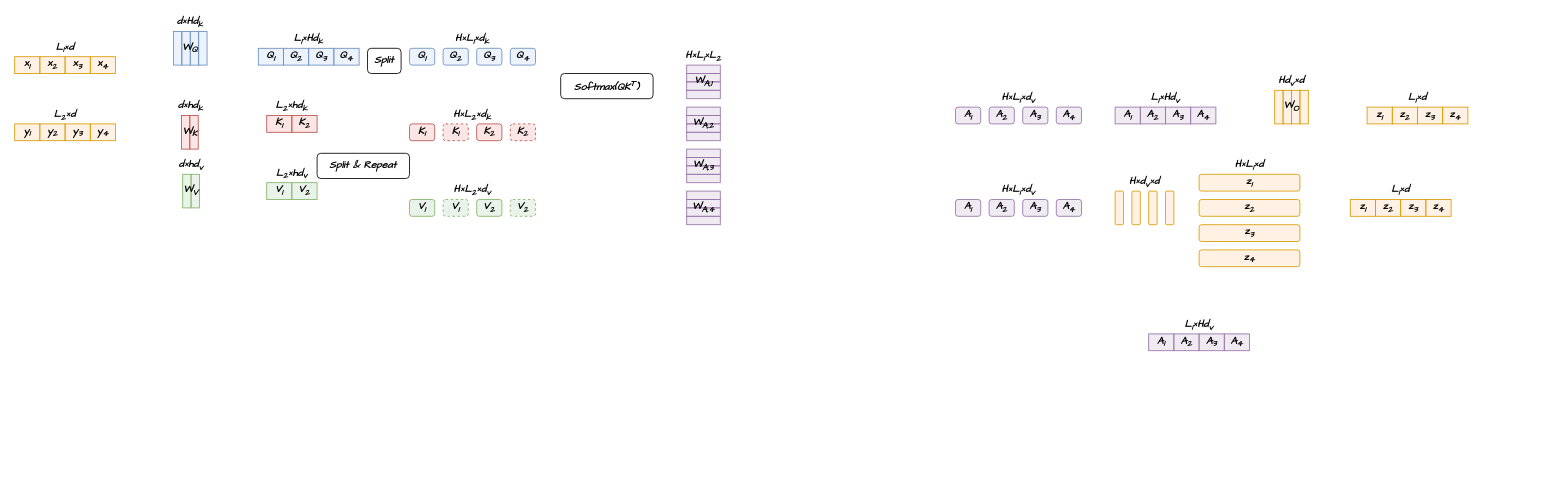
Earlier version of the draw.io diagram page "第 2 页" (2 of 2) of 未命名绘图2.drawio (ZhangzeqingCN/api-project). Source tidied: cells renumbered, new cells numbered last; positions are measured from the earlier drawing's top-left corner, leaving out a move shared by most shapes. Both pictures are drawn from the tidied source at 84%, with x=0, y=0 at pixel (14, 14).
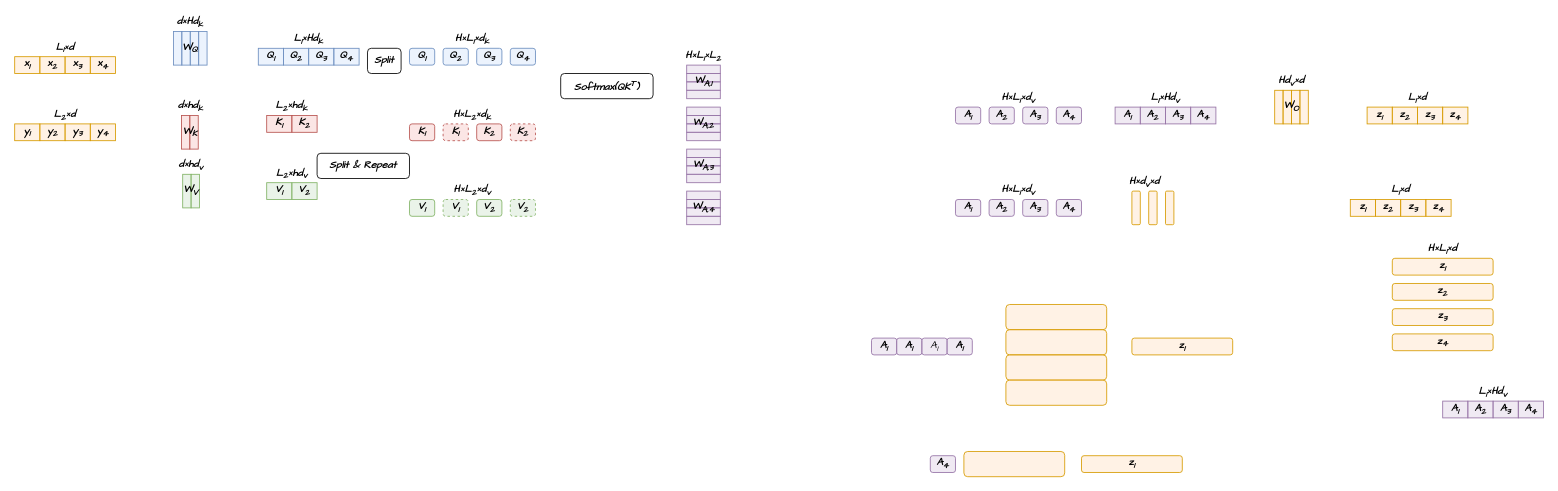
The same page after the edit.

Commit message (it also covers changes not shown here):
更新未命名绘图2.drawio

Change to the diagram source:
```diff
@@
     <mxCell id="116" style="group;" parent="1" vertex="1">
-      <mxGeometry x="1350" y="360" width="120" height="40" as="geometry" />
+      <mxGeometry x="1700" y="440" width="120" height="40" as="geometry" />
     </mxCell>
@@
     <mxCell id="123" style="rounded=1;whiteSpace=wrap;html=1;rotation=0;fillColor=#ffe6cc;strokeColor=#d79b00;fillOpacity=50;fontSize=6;fontFamily=Comic Sans MS;fontStyle=3;" parent="1" vertex="1">
-      <mxGeometry x="1310" y="210" width="10" height="40" as="geometry" />
+      <mxGeometry x="1130" y="520" width="120" height="30" as="geometry" />
     </mxCell>
@@
     <mxCell id="127" value="&lt;span&gt;&lt;span&gt;z&lt;sub&gt;1&lt;/sub&gt;&lt;/span&gt;&lt;/span&gt;" style="rounded=1;whiteSpace=wrap;html=1;rotation=0;fillColor=#ffe6cc;strokeColor=#d79b00;fillOpacity=50;fontFamily=Comic Sans MS;fontStyle=3;" parent="1" vertex="1">
-      <mxGeometry x="1410" y="190" width="120" height="20" as="geometry" />
+      <mxGeometry x="1640" y="290" width="120" height="20" as="geometry" />
     </mxCell>
     <mxCell id="128" value="&lt;span&gt;&lt;span&gt;z&lt;sub&gt;2&lt;/sub&gt;&lt;/span&gt;&lt;/span&gt;" style="rounded=1;whiteSpace=wrap;html=1;rotation=0;fillColor=#ffe6cc;strokeColor=#d79b00;fillOpacity=50;fontFamily=Comic Sans MS;fontStyle=3;" parent="1" vertex="1">
-      <mxGeometry x="1410" y="220" width="120" height="20" as="geometry" />
+      <mxGeometry x="1640" y="320" width="120" height="20" as="geometry" />
     </mxCell>
     <mxCell id="129" value="&lt;span&gt;&lt;span&gt;z&lt;sub&gt;3&lt;/sub&gt;&lt;/span&gt;&lt;/span&gt;" style="rounded=1;whiteSpace=wrap;html=1;rotation=0;fillColor=#ffe6cc;strokeColor=#d79b00;fillOpacity=50;fontFamily=Comic Sans MS;fontStyle=3;" parent="1" vertex="1">
-      <mxGeometry x="1410" y="250" width="120" height="20" as="geometry" />
+      <mxGeometry x="1640" y="350" width="120" height="20" as="geometry" />
     </mxCell>
     <mxCell id="130" value="&lt;span&gt;&lt;span&gt;z&lt;sub&gt;4&lt;/sub&gt;&lt;/span&gt;&lt;/span&gt;" style="rounded=1;whiteSpace=wrap;html=1;rotation=0;fillColor=#ffe6cc;strokeColor=#d79b00;fillOpacity=50;fontFamily=Comic Sans MS;fontStyle=3;" parent="1" vertex="1">
-      <mxGeometry x="1410" y="280" width="120" height="20" as="geometry" />
+      <mxGeometry x="1640" y="380" width="120" height="20" as="geometry" />
     </mxCell>
     <mxCell id="131" value="&lt;font&gt;H×L&lt;sub&gt;1&lt;/sub&gt;×&lt;span&gt;&lt;span&gt;d&lt;/span&gt;&lt;/span&gt;&lt;/font&gt;" style="text;html=1;align=center;verticalAlign=middle;whiteSpace=wrap;rounded=0;fontFamily=Comic Sans MS;fontStyle=3;" parent="1" vertex="1">
-      <mxGeometry x="1410" y="170" width="120" height="20" as="geometry" />
+      <mxGeometry x="1640" y="270" width="120" height="20" as="geometry" />
     </mxCell>
@@
+    <mxCell id="138" value="&lt;span&gt;&lt;span&gt;A&lt;sub&gt;1&lt;/sub&gt;&lt;/span&gt;&lt;/span&gt;" style="rounded=1;whiteSpace=wrap;html=1;rotation=0;fillColor=#e1d5e7;strokeColor=#9673a6;fillOpacity=50;fontFamily=Comic Sans MS;fontStyle=3;" parent="1" vertex="1">
+      <mxGeometry x="1020" y="385" width="30" height="20" as="geometry" />
+    </mxCell>
+    <mxCell id="139" value="&lt;span&gt;&lt;span&gt;A&lt;sub&gt;4&lt;/sub&gt;&lt;/span&gt;&lt;/span&gt;" style="rounded=1;whiteSpace=wrap;html=1;rotation=0;fillColor=#e1d5e7;strokeColor=#9673a6;fillOpacity=50;fontFamily=Comic Sans MS;fontStyle=3;" parent="1" vertex="1">
+      <mxGeometry x="1090" y="525" width="30" height="20" as="geometry" />
+    </mxCell>
+    <mxCell id="140" style="rounded=1;whiteSpace=wrap;html=1;rotation=0;fillColor=#ffe6cc;strokeColor=#d79b00;fillOpacity=50;fontSize=6;fontFamily=Comic Sans MS;fontStyle=3;" parent="1" vertex="1">
+      <mxGeometry x="1180" y="345" width="120" height="30" as="geometry" />
+    </mxCell>
+    <mxCell id="141" style="rounded=1;whiteSpace=wrap;html=1;rotation=0;fillColor=#ffe6cc;strokeColor=#d79b00;fillOpacity=50;fontSize=6;fontFamily=Comic Sans MS;fontStyle=3;" parent="1" vertex="1">
+      <mxGeometry x="1180" y="375" width="120" height="30" as="geometry" />
+    </mxCell>
+    <mxCell id="142" value="&lt;span&gt;&lt;span&gt;z&lt;sub&gt;1&lt;/sub&gt;&lt;/span&gt;&lt;/span&gt;" style="rounded=1;whiteSpace=wrap;html=1;rotation=0;fillColor=#ffe6cc;strokeColor=#d79b00;fillOpacity=50;fontFamily=Comic Sans MS;fontStyle=3;" parent="1" vertex="1">
+      <mxGeometry x="1270" y="525" width="120" height="20" as="geometry" />
+    </mxCell>
+    <mxCell id="143" value="&lt;span&gt;&lt;span&gt;A&lt;sub&gt;1&lt;/sub&gt;&lt;/span&gt;&lt;/span&gt;" style="rounded=1;whiteSpace=wrap;html=1;rotation=0;fillColor=#e1d5e7;strokeColor=#9673a6;fillOpacity=50;fontFamily=Comic Sans MS;fontStyle=3;" parent="1" vertex="1">
+      <mxGeometry x="1050" y="385" width="30" height="20" as="geometry" />
+    </mxCell>
+    <mxCell id="144" value="&lt;span&gt;&lt;span&gt;A&lt;sub&gt;1&lt;/sub&gt;&lt;/span&gt;&lt;/span&gt;" style="rounded=1;whiteSpace=wrap;html=1;rotation=0;fillColor=#e1d5e7;strokeColor=#9673a6;fillOpacity=50;fontFamily=Comic Sans MS;fontStyle=2;" parent="1" vertex="1">
+      <mxGeometry x="1080" y="385" width="30" height="20" as="geometry" />
+    </mxCell>
+    <mxCell id="145" value="&lt;span&gt;&lt;span&gt;A&lt;sub&gt;1&lt;/sub&gt;&lt;/span&gt;&lt;/span&gt;" style="rounded=1;whiteSpace=wrap;html=1;rotation=0;fillColor=#e1d5e7;strokeColor=#9673a6;fillOpacity=50;fontFamily=Comic Sans MS;fontStyle=3;" parent="1" vertex="1">
+      <mxGeometry x="1110" y="385" width="30" height="20" as="geometry" />
+    </mxCell>
+    <mxCell id="146" style="rounded=1;whiteSpace=wrap;html=1;rotation=0;fillColor=#ffe6cc;strokeColor=#d79b00;fillOpacity=50;fontSize=6;fontFamily=Comic Sans MS;fontStyle=3;" parent="1" vertex="1">
+      <mxGeometry x="1180" y="405" width="120" height="30" as="geometry" />
+    </mxCell>
+    <mxCell id="147" style="rounded=1;whiteSpace=wrap;html=1;rotation=0;fillColor=#ffe6cc;strokeColor=#d79b00;fillOpacity=50;fontSize=6;fontFamily=Comic Sans MS;fontStyle=3;" parent="1" vertex="1">
+      <mxGeometry x="1180" y="435" width="120" height="30" as="geometry" />
+    </mxCell>
+    <mxCell id="148" value="&lt;span&gt;&lt;span&gt;z&lt;sub&gt;1&lt;/sub&gt;&lt;/span&gt;&lt;/span&gt;" style="rounded=1;whiteSpace=wrap;html=1;rotation=0;fillColor=#ffe6cc;strokeColor=#d79b00;fillOpacity=50;fontFamily=Comic Sans MS;fontStyle=3;" parent="1" vertex="1">
+      <mxGeometry x="1330" y="385" width="120" height="20" as="geometry" />
+    </mxCell>
```
